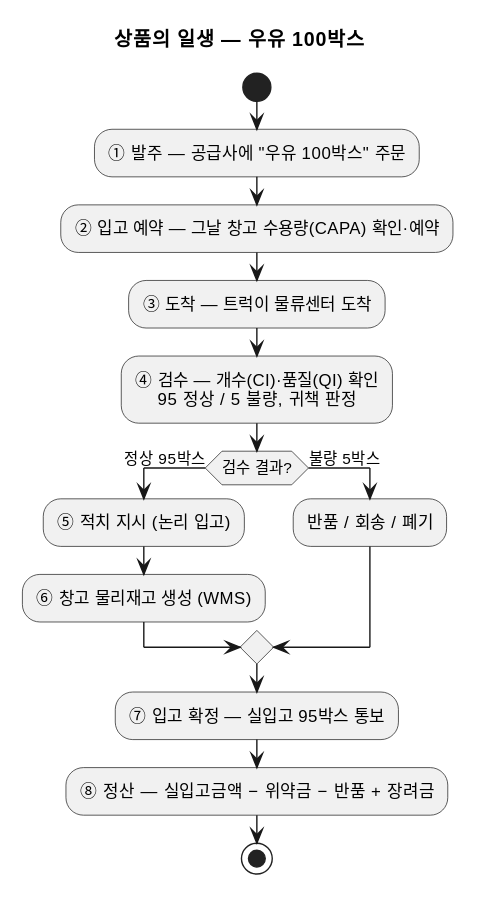
Before: static/img/c4/scm-lifecycle.svg, a diagram exported from PlantUML (johnycho/johny-dev). Its diagram source:
```plantuml
@startuml
skinparam defaultTextAlignment center
title 상품의 일생 — 우유 100박스

start
:① 발주 — 공급사에 "우유 100박스" 주문;
:② 입고 예약 — 그날 창고 수용량(CAPA) 확인·예약;
:③ 도착 — 트럭이 물류센터 도착;
:④ 검수 — 개수(CI)·품질(QI) 확인\n95 정상 / 5 불량, 귀책 판정;
if (검수 결과?) then (정상 95박스)
  :⑤ 적치 지시 (논리 입고);
  :⑥ 창고 물리재고 생성 (WMS);
else (불량 5박스)
  :반품 / 회송 / 폐기;
endif
:⑦ 입고 확정 — 실입고 95박스 통보;
:⑧ 정산 — 실입고금액 − 위약금 − 반품 + 장려금;
stop
@enduml
```
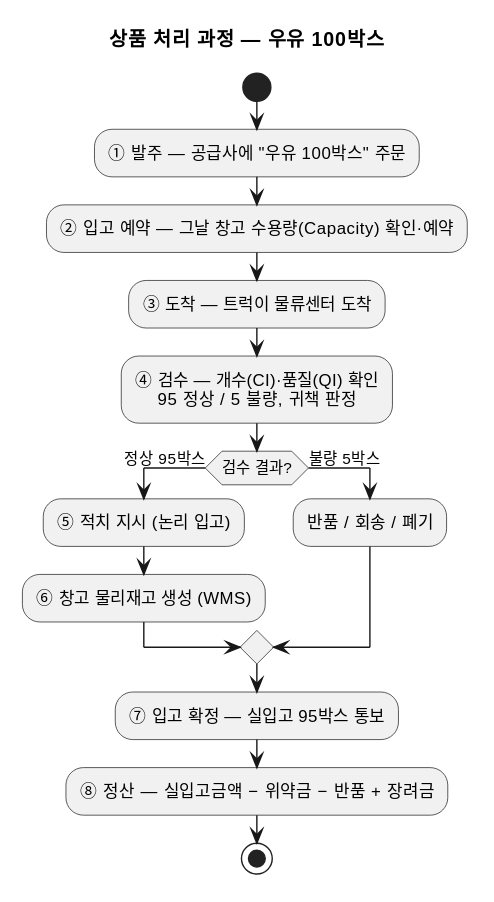
Later version of the same file.

What changed in the source:
```diff
@@ -1,10 +1,10 @@
 @startuml
 skinparam defaultTextAlignment center
-title 상품의 일생 — 우유 100박스
+title 상품 처리 과정 — 우유 100박스
 
 start
 :① 발주 — 공급사에 "우유 100박스" 주문;
-:② 입고 예약 — 그날 창고 수용량(CAPA) 확인·예약;
+:② 입고 예약 — 그날 창고 수용량(Capacity) 확인·예약;
 :③ 도착 — 트럭이 물류센터 도착;
 :④ 검수 — 개수(CI)·품질(QI) 확인\n95 정상 / 5 불량, 귀책 판정;
 if (검수 결과?) then (정상 95박스)
```
